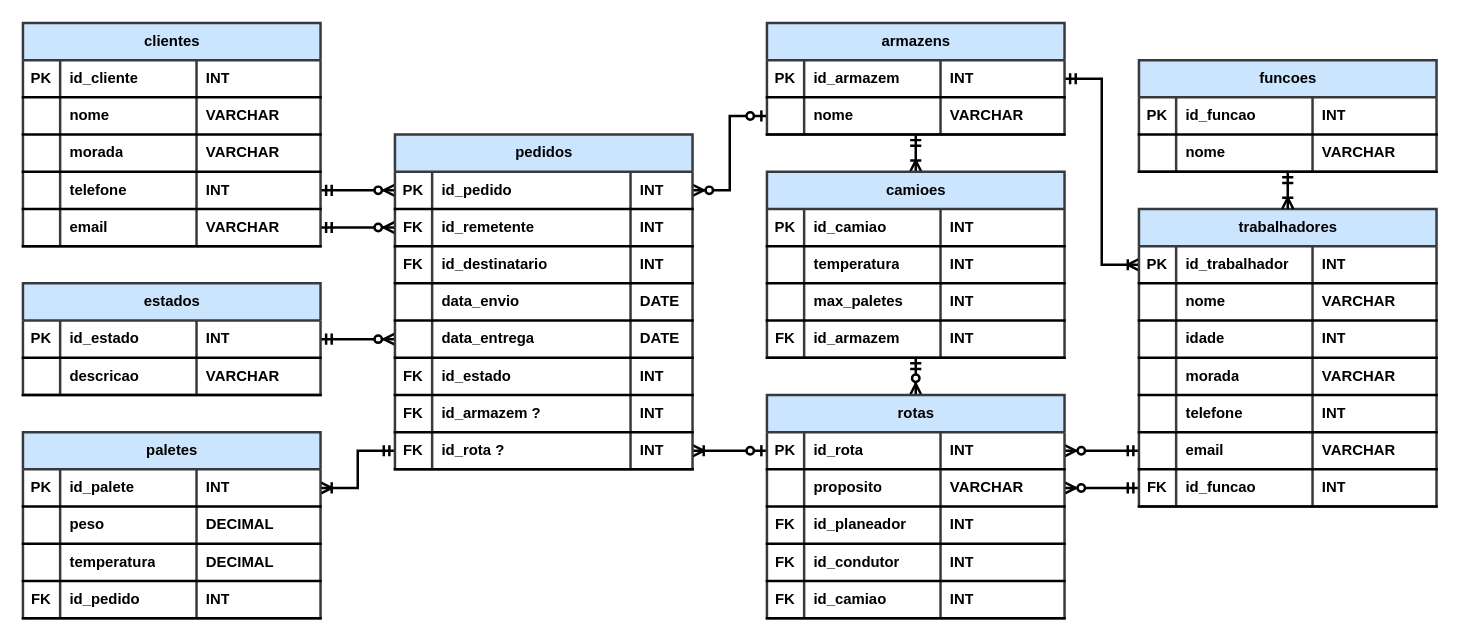
Earlier version of the draw.io diagram page "Diagrama ER (Crow's Foot)" (3 of 3) of Diagramas/diagramas.drawio (VicLourenco40/dwdm-sql-logistica). Source tidied: cells renumbered, new cells numbered last; positions are measured from the earlier drawing's top-left corner, leaving out a move shared by most shapes. Both pictures are drawn from the tidied source at 124%, with x=0, y=0 at pixel (22, 22).
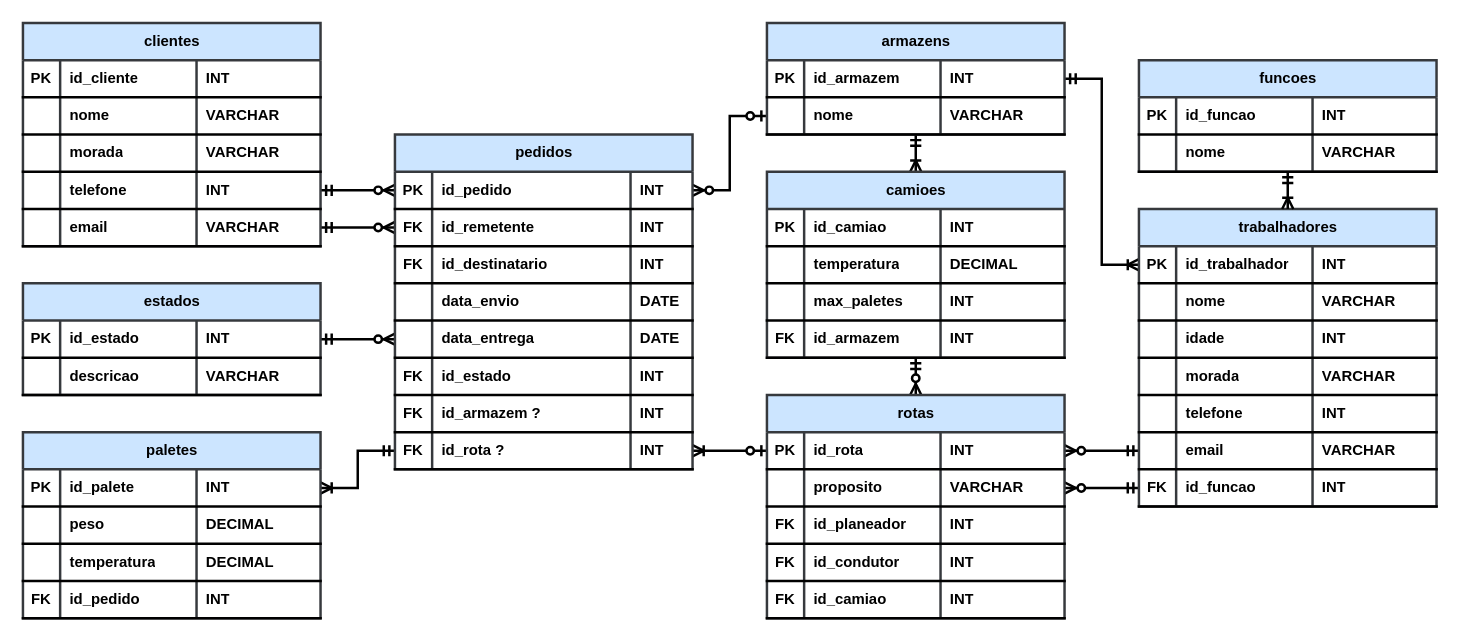
The same diagram, later.

Commit message (it also covers changes not shown here):
Corrigir tipo de dado no diagrama

Unchanged cells that the change refers to:
```xml
<mxCell id="106" style="shape=tableRow;horizontal=0;startSize=0;swimlaneHead=0;swimlaneBody=0;fillColor=none;top=0;left=0;right=0;bottom=1;fontStyle=1;strokeWidth=2;labelBackgroundColor=none;" parent="101" vertex="1">
  <mxGeometry y="60" width="240" height="30" as="geometry" />
</mxCell>
```

What changed in the source:
```diff
@@
-    <mxCell id="109" value="INT" style="shape=partialRectangle;fillColor=none;top=0;left=0;bottom=0;right=0;align=left;spacingLeft=6;fontStyle=1;overflow=hidden;whiteSpace=wrap;html=1;strokeWidth=2;labelBackgroundColor=none;" parent="106" vertex="1">
+    <mxCell id="109" value="DECIMAL" style="shape=partialRectangle;fillColor=none;top=0;left=0;bottom=0;right=0;align=left;spacingLeft=6;fontStyle=1;overflow=hidden;whiteSpace=wrap;html=1;strokeWidth=2;labelBackgroundColor=none;" parent="106" vertex="1">
       <mxGeometry x="140" width="100" height="30" as="geometry" />
     </mxCell>
```
